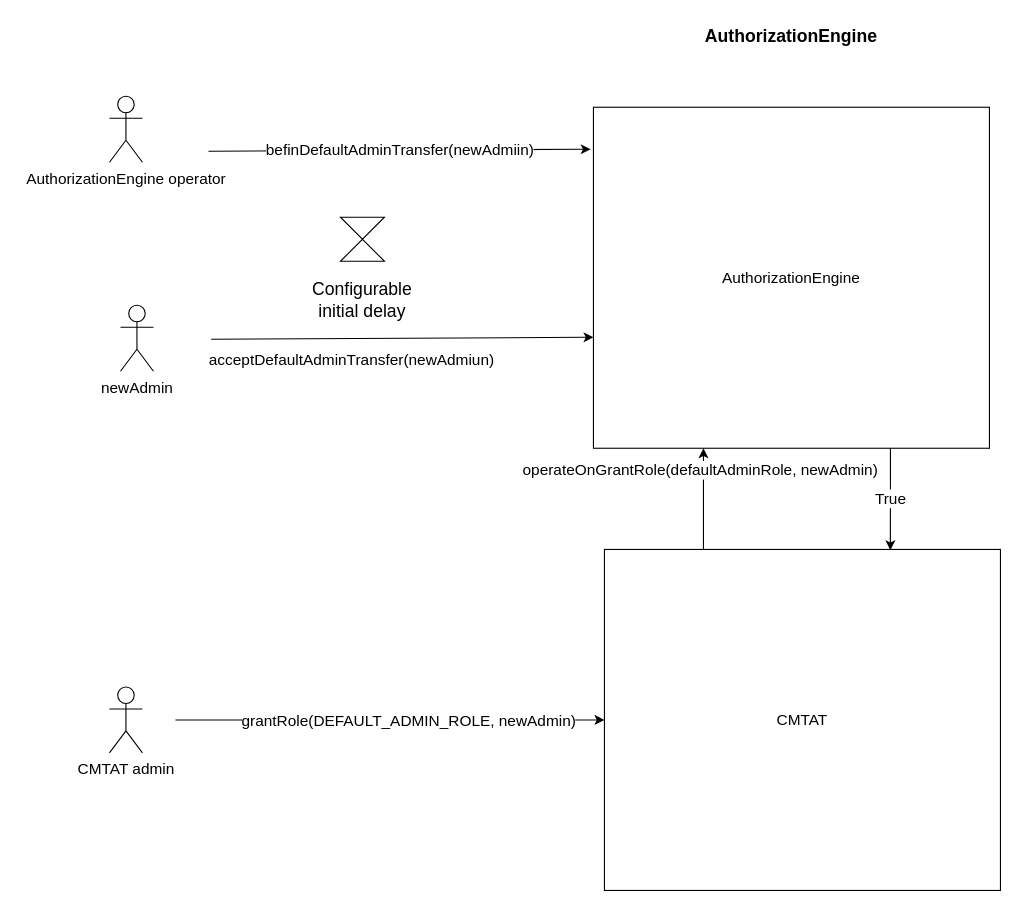
Earlier version of the draw.io diagram doc/schema/authorizationEngine.drawio (CMTA/AuthorizationEngine). Source tidied: cells renumbered, new cells numbered last; positions are measured from the earlier drawing's top-left corner, leaving out a move shared by most shapes. Both pictures are drawn from the tidied source at 110%, with x=0, y=0 at pixel (109, 19).
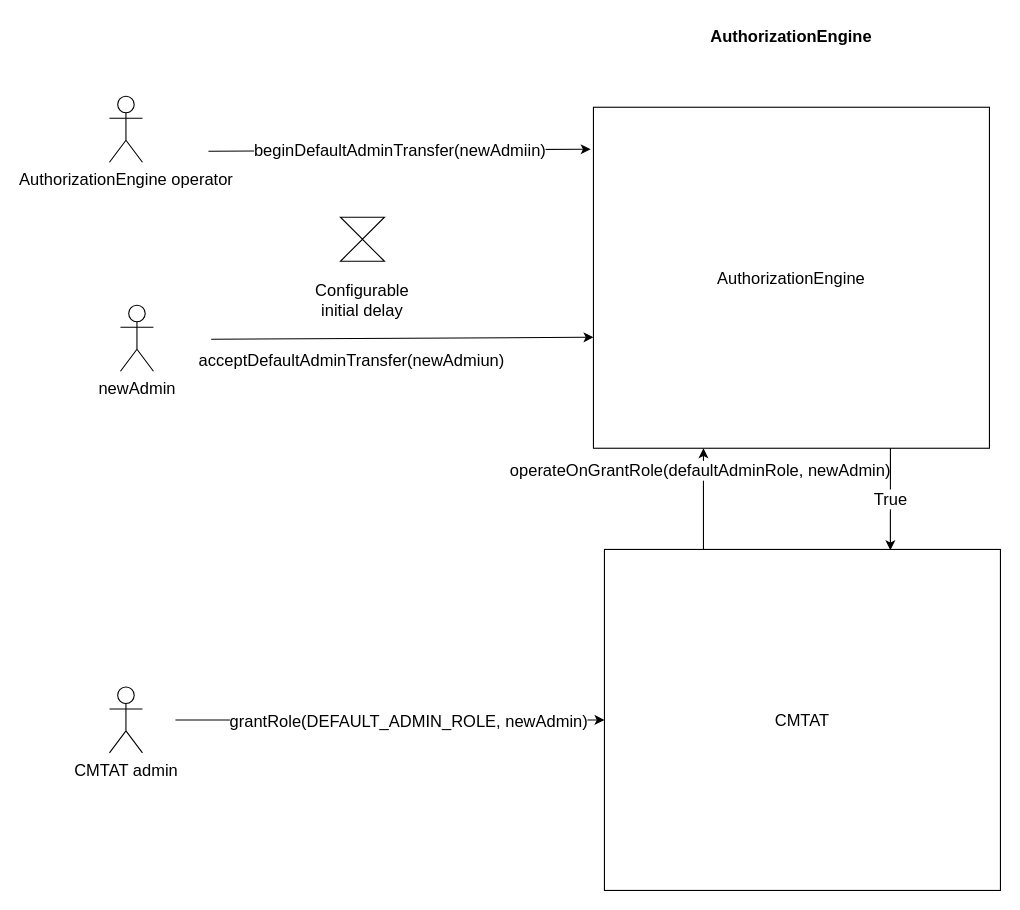
The same page after the edit.

The edit, as a diff of the source:
```diff
@@
 <mxGraphModel>
   <root>
     <mxCell id="0" />
     <mxCell id="1" parent="0" />
-    <mxCell id="2" value="AuthorizationEngine" style="rounded=0;whiteSpace=wrap;html=1;fontSize=14;" parent="1" vertex="1">
+    <mxCell id="2" value="AuthorizationEngine" style="rounded=0;whiteSpace=wrap;html=1;fontSize=15;" parent="1" vertex="1">
       <mxGeometry x="440" y="80" width="360" height="310" as="geometry" />
     </mxCell>
-    <mxCell id="3" value="befinDefaultAdminTransfer(newAdmiin)" style="endArrow=classic;html=1;rounded=0;entryX=-0.007;entryY=0.123;entryDx=0;entryDy=0;entryPerimeter=0;fontSize=14;" parent="1" edge="1" target="2">
+    <mxCell id="3" value="beginDefaultAdminTransfer(newAdmiin)" style="endArrow=classic;html=1;rounded=0;entryX=-0.007;entryY=0.123;entryDx=0;entryDy=0;entryPerimeter=0;fontSize=15;" parent="1" edge="1" target="2">
       <mxGeometry relative="1" as="geometry">
         <mxPoint x="90" y="120" as="sourcePoint" />
       </mxGeometry>
     </mxCell>
-    <mxCell id="4" value="AuthorizationEngine operator" style="shape=umlActor;verticalLabelPosition=bottom;verticalAlign=top;html=1;fontSize=14;" parent="1" vertex="1">
+    <mxCell id="4" value="AuthorizationEngine operator" style="shape=umlActor;verticalLabelPosition=bottom;verticalAlign=top;html=1;fontSize=15;" parent="1" vertex="1">
       <mxGeometry y="70" width="30" height="60" as="geometry" />
     </mxCell>
-    <mxCell id="5" value="newAdmin" style="shape=umlActor;verticalLabelPosition=bottom;verticalAlign=top;html=1;fontSize=14;" parent="1" vertex="1">
+    <mxCell id="5" value="newAdmin" style="shape=umlActor;verticalLabelPosition=bottom;verticalAlign=top;html=1;fontSize=15;" parent="1" vertex="1">
       <mxGeometry x="10" y="260" width="30" height="60" as="geometry" />
     </mxCell>
-    <mxCell id="6" value="acceptDefaultAdminTransfer(newAdmiun)" style="endArrow=classic;html=1;rounded=0;entryX=-0.007;entryY=0.123;entryDx=0;entryDy=0;entryPerimeter=0;fontSize=14;" parent="1" edge="1">
+    <mxCell id="6" value="acceptDefaultAdminTransfer(newAdmiun)" style="endArrow=classic;html=1;rounded=0;entryX=-0.007;entryY=0.123;entryDx=0;entryDy=0;entryPerimeter=0;fontSize=15;" parent="1" edge="1">
       <mxGeometry x="-0.27" y="-20" relative="1" as="geometry">
         <mxPoint x="92.5" y="290.9" as="sourcePoint" />
         <mxPoint x="440" y="289.1" as="targetPoint" />
       </mxGeometry>
     </mxCell>
-    <mxCell id="7" value="CMTAT" style="rounded=0;whiteSpace=wrap;html=1;fontSize=14;" parent="1" vertex="1">
+    <mxCell id="7" value="CMTAT" style="rounded=0;whiteSpace=wrap;html=1;fontSize=15;" parent="1" vertex="1">
       <mxGeometry x="450" y="482" width="360" height="310" as="geometry" />
     </mxCell>
-    <mxCell id="8" style="endArrow=classic;html=1;rounded=0;entryX=0;entryY=0.5;entryDx=0;entryDy=0;fontSize=14;" parent="1" edge="1" target="7">
+    <mxCell id="8" style="endArrow=classic;html=1;rounded=0;entryX=0;entryY=0.5;entryDx=0;entryDy=0;fontSize=15;" parent="1" edge="1" target="7">
       <mxGeometry relative="1" as="geometry">
         <mxPoint x="60" y="637" as="sourcePoint" />
       </mxGeometry>
     </mxCell>
-    <mxCell id="9" value="grantRole(DEFAULT_ADMIN_ROLE, newAdmin)" style="edgeLabel;html=1;align=center;verticalAlign=middle;fontSize=14;" parent="8" vertex="1">
+    <mxCell id="9" value="grantRole(DEFAULT_ADMIN_ROLE, newAdmin)" style="edgeLabel;html=1;align=center;verticalAlign=middle;fontSize=15;" parent="8" vertex="1">
       <mxGeometry x="0.08" relative="1" as="geometry" />
     </mxCell>
-    <mxCell id="10" value="CMTAT admin" style="shape=umlActor;verticalLabelPosition=bottom;verticalAlign=top;html=1;fontSize=14;" parent="1" vertex="1">
+    <mxCell id="10" value="CMTAT admin" style="shape=umlActor;verticalLabelPosition=bottom;verticalAlign=top;html=1;fontSize=15;" parent="1" vertex="1">
       <mxGeometry y="607" width="30" height="60" as="geometry" />
     </mxCell>
-    <mxCell id="11" style="endArrow=classic;html=1;rounded=0;exitX=0.25;exitY=0;exitDx=0;exitDy=0;fontSize=14;" parent="1" edge="1" source="7">
+    <mxCell id="11" style="endArrow=classic;html=1;rounded=0;exitX=0.25;exitY=0;exitDx=0;exitDy=0;fontSize=15;" parent="1" edge="1" source="7">
       <mxGeometry relative="1" as="geometry">
         <mxPoint x="540" y="390" as="targetPoint" />
       </mxGeometry>
     </mxCell>
-    <mxCell id="12" value="operateOnGrantRole(defaultAdminRole, newAdmin)" style="edgeLabel;html=1;align=center;verticalAlign=middle;fontSize=14;" parent="11" vertex="1">
+    <mxCell id="12" value="operateOnGrantRole(defaultAdminRole, newAdmin)" style="edgeLabel;html=1;align=center;verticalAlign=middle;fontSize=15;" parent="11" vertex="1">
       <mxGeometry x="0.59" y="4" relative="1" as="geometry" />
     </mxCell>
-    <mxCell id="13" value="True" style="endArrow=classic;html=1;rounded=0;entryX=0.722;entryY=0.002;entryDx=0;entryDy=0;entryPerimeter=0;exitX=0.75;exitY=1;exitDx=0;exitDy=0;fontSize=14;" parent="1" edge="1" source="2" target="7">
+    <mxCell id="13" value="True" style="endArrow=classic;html=1;rounded=0;entryX=0.722;entryY=0.002;entryDx=0;entryDy=0;entryPerimeter=0;exitX=0.75;exitY=1;exitDx=0;exitDy=0;fontSize=15;" parent="1" edge="1" source="2" target="7">
       <mxGeometry relative="1" as="geometry" />
     </mxCell>
-    <mxCell id="14" value="AuthorizationEngine" style="text;html=1;strokeColor=none;fillColor=none;align=center;verticalAlign=middle;whiteSpace=wrap;rounded=0;fontSize=16;fontStyle=1;" parent="1" vertex="1">
+    <mxCell id="14" value="AuthorizationEngine" style="text;html=1;strokeColor=none;fillColor=none;align=center;verticalAlign=middle;whiteSpace=wrap;rounded=0;fontSize=15;fontStyle=1;" parent="1" vertex="1">
       <mxGeometry x="495" width="250" height="30" as="geometry" />
     </mxCell>
-    <mxCell id="15" style="shape=collate;whiteSpace=wrap;html=1;fontSize=16;" parent="1" vertex="1">
+    <mxCell id="15" style="shape=collate;whiteSpace=wrap;html=1;fontSize=15;" parent="1" vertex="1">
       <mxGeometry x="210" y="180" width="40" height="40" as="geometry" />
     </mxCell>
-    <mxCell id="16" value="Configurable initial delay" style="text;html=1;strokeColor=none;fillColor=none;align=center;verticalAlign=middle;whiteSpace=wrap;rounded=0;fontSize=16;" parent="1" vertex="1">
+    <mxCell id="16" value="Configurable initial delay" style="text;html=1;strokeColor=none;fillColor=none;align=center;verticalAlign=middle;whiteSpace=wrap;rounded=0;fontSize=15;" parent="1" vertex="1">
       <mxGeometry x="200" y="240" width="60" height="30" as="geometry" />
     </mxCell>
   </root>
 </mxGraphModel>
```
